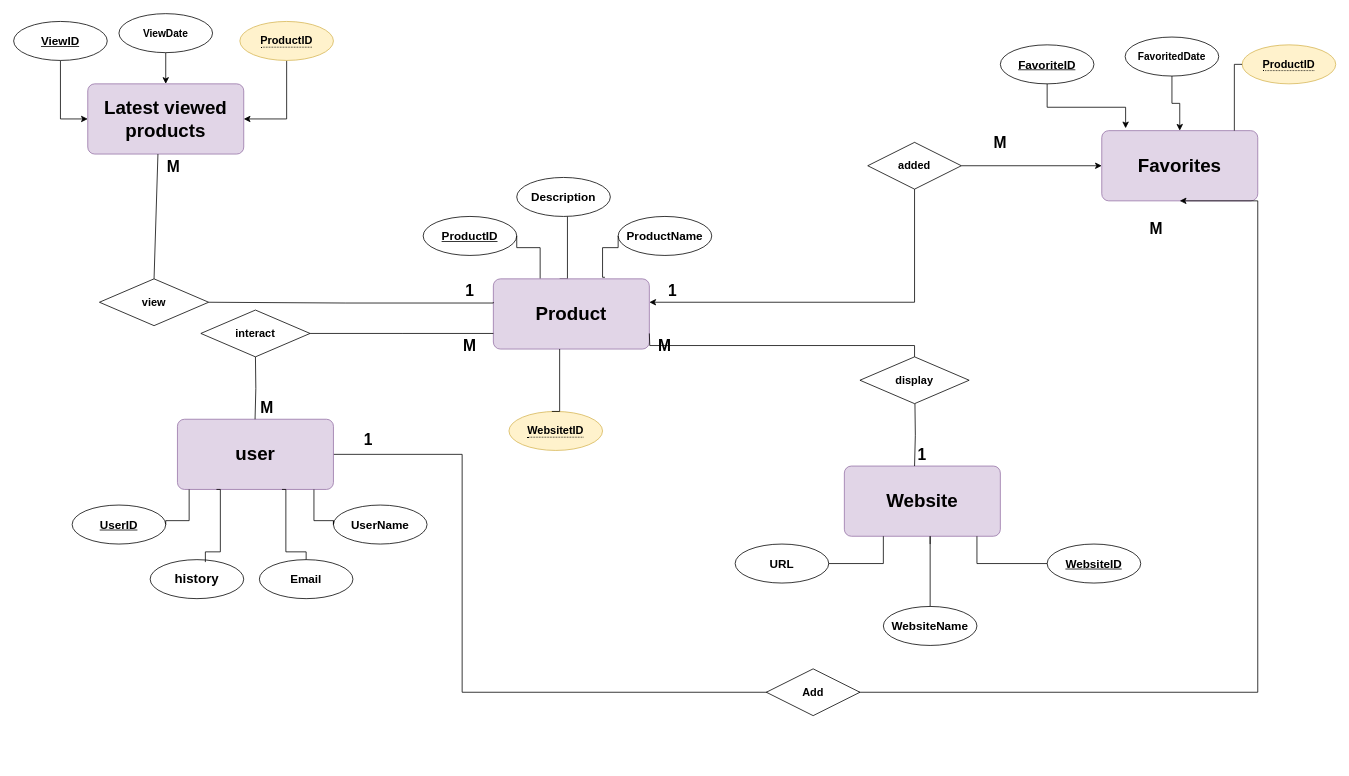
This is ERD.drawio from amrawni33/grad-UML, a draw.io file, before an edit. Source tidied: cells renumbered, new cells numbered last; positions are measured from the earlier drawing's top-left corner, leaving out a move shared by most shapes. Both pictures are drawn from the tidied source at 78%, with x=0, y=0 at pixel (13, 13).
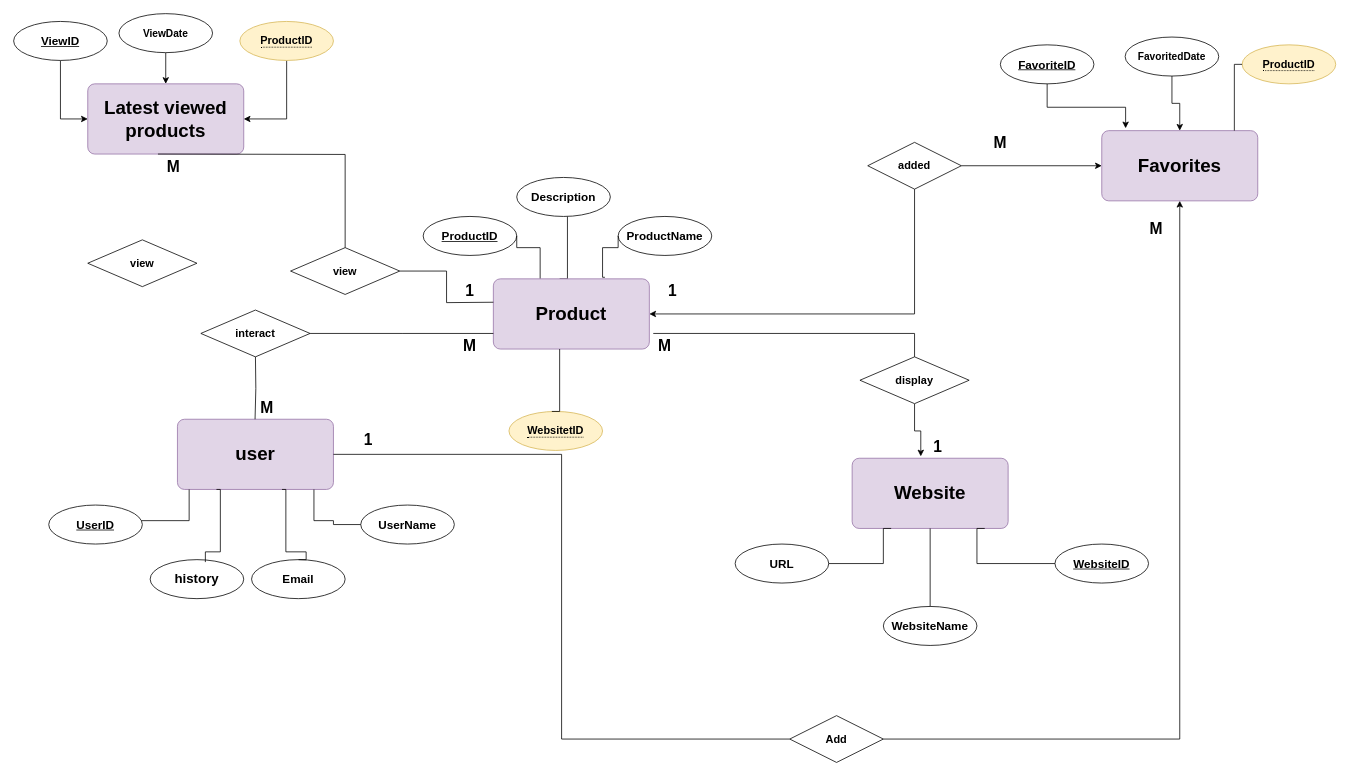
The same diagram, later.

The change refers to these unchanged cells:
```xml
<mxCell id="8" value="&lt;h1&gt;Product&lt;/h1&gt;" style="rounded=1;arcSize=10;whiteSpace=wrap;html=1;align=center;fillColor=#e1d5e7;strokeColor=#9673a6;" parent="1" vertex="1">
  <mxGeometry x="615" y="340" width="200" height="90" as="geometry" />
</mxCell>
<mxCell id="11" value="&lt;b&gt;&lt;font style=&quot;font-size: 14px;&quot;&gt;added&lt;/font&gt;&lt;/b&gt;" style="shape=rhombus;perimeter=rhombusPerimeter;whiteSpace=wrap;html=1;align=center;" parent="1" vertex="1">
  <mxGeometry x="1095" y="165" width="120" height="60" as="geometry" />
</mxCell>
<mxCell id="13" value="&lt;h1&gt;Favorites&lt;/h1&gt;" style="rounded=1;arcSize=10;whiteSpace=wrap;html=1;align=center;fillColor=#e1d5e7;strokeColor=#9673a6;fontStyle=1;" parent="1" vertex="1">
  <mxGeometry x="1395" y="150" width="200" height="90" as="geometry" />
</mxCell>
<mxCell id="15" value="&lt;h1&gt;user&lt;/h1&gt;" style="rounded=1;arcSize=10;whiteSpace=wrap;html=1;align=center;fillColor=#e1d5e7;strokeColor=#9673a6;" parent="1" vertex="1">
  <mxGeometry x="210" y="520" width="200" height="90" as="geometry" />
</mxCell>
<mxCell id="31" value="&lt;b&gt;&lt;font style=&quot;font-size: 14px;&quot;&gt;display&lt;/font&gt;&lt;/b&gt;" style="shape=rhombus;perimeter=rhombusPerimeter;whiteSpace=wrap;html=1;align=center;" parent="1" vertex="1">
  <mxGeometry x="1085" y="440" width="140" height="60" as="geometry" />
</mxCell>
<mxCell id="38" value="&lt;span style=&quot;font-size: 20px;&quot;&gt;&lt;b&gt;1&lt;/b&gt;&lt;/span&gt;" style="text;html=1;strokeColor=none;fillColor=none;align=center;verticalAlign=middle;whiteSpace=wrap;rounded=0;" parent="1" vertex="1">
  <mxGeometry x="815" y="340" width="60" height="30" as="geometry" />
</mxCell>
<mxCell id="45" value="&lt;font style=&quot;font-size: 15px;&quot;&gt;&lt;b&gt;WebsiteName&lt;/b&gt;&lt;/font&gt;" style="ellipse;whiteSpace=wrap;html=1;align=center;" parent="1" vertex="1">
  <mxGeometry x="1115" y="760" width="120" height="50" as="geometry" />
</mxCell>
<mxCell id="52" value="&lt;span style=&quot;font-size: 20px;&quot;&gt;&lt;b&gt;M&lt;/b&gt;&lt;/span&gt;" style="text;html=1;strokeColor=none;fillColor=none;align=center;verticalAlign=middle;whiteSpace=wrap;rounded=0;" parent="1" vertex="1">
  <mxGeometry x="805" y="410" width="60" height="30" as="geometry" />
</mxCell>
```

Diff of the diagram source:
```diff
@@
-    <mxCell id="9" style="edgeStyle=orthogonalEdgeStyle;rounded=0;jettySize=auto;html=1;entryX=0;entryY=1;entryDx=0;entryDy=0;exitX=0.5;exitY=0;exitDx=0;exitDy=0;" parent="1" edge="1" source="11" target="38">
-      <mxGeometry relative="1" as="geometry">
-        <Array as="points">
-          <mxPoint x="1155" y="370" />
-        </Array>
-      </mxGeometry>
-    </mxCell>
@@
-    <mxCell id="14" style="edgeStyle=orthogonalEdgeStyle;rounded=0;jettySize=auto;html=1;exitX=1;exitY=0.5;exitDx=0;exitDy=0;entryX=0.5;entryY=1;entryDx=0;entryDy=0;" parent="1" edge="1" source="15" target="13">
-      <mxGeometry relative="1" as="geometry">
-        <Array as="points">
-          <mxPoint x="575" y="565" />
-          <mxPoint x="575" y="870" />
-          <mxPoint x="1595" y="870" />
-        </Array>
-      </mxGeometry>
-    </mxCell>
@@
     <mxCell id="16" value="&lt;font style=&quot;font-size: 15px;&quot;&gt;&lt;b&gt;&lt;u&gt;UserID&lt;/u&gt;&lt;/b&gt;&lt;/font&gt;" style="ellipse;whiteSpace=wrap;html=1;align=center;" parent="1" vertex="1">
-      <mxGeometry x="75" y="630" width="120" height="50" as="geometry" />
+      <mxGeometry x="45" y="630" width="120" height="50" as="geometry" />
     </mxCell>
@@
     <mxCell id="18" value="&lt;font size=&quot;1&quot; style=&quot;&quot;&gt;&lt;b style=&quot;font-size: 15px;&quot;&gt;Email&lt;/b&gt;&lt;/font&gt;" style="ellipse;whiteSpace=wrap;html=1;align=center;" parent="1" vertex="1">
-      <mxGeometry x="315" y="700" width="120" height="50" as="geometry" />
+      <mxGeometry x="305" y="700" width="120" height="50" as="geometry" />
     </mxCell>
     <mxCell id="19" value="&lt;font style=&quot;font-size: 15px;&quot;&gt;&lt;b&gt;UserName&lt;/b&gt;&lt;/font&gt;" style="ellipse;whiteSpace=wrap;html=1;align=center;" parent="1" vertex="1">
-      <mxGeometry x="410" y="630" width="120" height="50" as="geometry" />
+      <mxGeometry x="445" y="630" width="120" height="50" as="geometry" />
     </mxCell>
-    <mxCell id="20" style="endArrow=none;html=1;rounded=0;edgeStyle=orthogonalEdgeStyle;exitX=0.5;exitY=1;exitDx=0;exitDy=0;entryX=1;entryY=0.5;entryDx=0;entryDy=0;" parent="1" edge="1">
+    <mxCell id="20" style="endArrow=none;html=1;rounded=0;edgeStyle=orthogonalEdgeStyle;exitX=0.5;exitY=1;exitDx=0;exitDy=0;" parent="1" edge="1" target="16">
       <mxGeometry relative="1" as="geometry">
         <mxPoint x="225" y="610" as="sourcePoint" />
-        <mxPoint x="195" y="655" as="targetPoint" />
         <Array as="points">
           <mxPoint x="225" y="650" />
-          <mxPoint x="195" y="650" />
         </Array>
       </mxGeometry>
     </mxCell>
-    <mxCell id="21" style="endArrow=none;html=1;rounded=0;edgeStyle=orthogonalEdgeStyle;exitX=0.5;exitY=1;exitDx=0;exitDy=0;" parent="1" edge="1">
+    <mxCell id="21" style="endArrow=none;html=1;rounded=0;edgeStyle=orthogonalEdgeStyle;exitX=0.5;exitY=1;exitDx=0;exitDy=0;entryX=0;entryY=0.5;entryDx=0;entryDy=0;" parent="1" edge="1" target="19">
       <mxGeometry relative="1" as="geometry">
         <mxPoint x="385" y="610" as="sourcePoint" />
-        <mxPoint x="410" y="650" as="targetPoint" />
         <Array as="points">
           <mxPoint x="385" y="650" />
           <mxPoint x="410" y="650" />
-          <mxPoint x="410" y="655" />
         </Array>
       </mxGeometry>
     </mxCell>
@@
     <mxCell id="27" value="&lt;b&gt;&lt;font style=&quot;font-size: 14px;&quot;&gt;view&lt;/font&gt;&lt;/b&gt;" style="shape=rhombus;perimeter=rhombusPerimeter;whiteSpace=wrap;html=1;align=center;" parent="1" vertex="1">
-      <mxGeometry x="110" y="340" width="140" height="60" as="geometry" />
+      <mxGeometry x="355" y="300" width="140" height="60" as="geometry" />
     </mxCell>
-    <mxCell id="28" style="endArrow=none;html=1;rounded=0;edgeStyle=orthogonalEdgeStyle;exitX=0;exitY=0.778;exitDx=0;exitDy=0;exitPerimeter=0;entryX=1;entryY=0.5;entryDx=0;entryDy=0;" parent="1" edge="1" target="27">
+    <mxCell id="28" style="endArrow=none;html=1;rounded=0;exitX=0;exitY=0.778;exitDx=0;exitDy=0;exitPerimeter=0;entryX=1;entryY=0.5;entryDx=0;entryDy=0;edgeStyle=orthogonalEdgeStyle;" parent="1" edge="1" target="27">
       <mxGeometry relative="1" as="geometry">
         <mxPoint x="615" y="370" as="sourcePoint" />
-        <Array as="points">
-          <mxPoint x="425" y="371" />
-          <mxPoint x="255" y="371" />
-        </Array>
       </mxGeometry>
     </mxCell>
-    <mxCell id="29" style="endArrow=none;html=1;rounded=0;entryX=0.5;entryY=0;entryDx=0;entryDy=0;" parent="1" edge="1" target="27">
+    <mxCell id="29" style="endArrow=none;html=1;rounded=0;entryX=0.5;entryY=0;entryDx=0;entryDy=0;edgeStyle=orthogonalEdgeStyle;" parent="1" edge="1" target="27">
       <mxGeometry relative="1" as="geometry">
         <mxPoint x="185" y="180" as="sourcePoint" />
       </mxGeometry>
     </mxCell>
     <mxCell id="30" value="&lt;h1&gt;Website&lt;/h1&gt;" style="rounded=1;arcSize=10;whiteSpace=wrap;html=1;align=center;fillColor=#e1d5e7;strokeColor=#9673a6;" parent="1" vertex="1">
-      <mxGeometry x="1065" y="580" width="200" height="90" as="geometry" />
+      <mxGeometry x="1075" y="570" width="200" height="90" as="geometry" />
     </mxCell>
+    <mxCell id="65" style="edgeStyle=orthogonalEdgeStyle;rounded=0;jettySize=auto;html=1;entryX=0.44;entryY=-0.027;entryDx=0;entryDy=0;entryPerimeter=0;" parent="1" edge="1" source="31" target="30">
+      <mxGeometry relative="1" as="geometry" />
+    </mxCell>
@@
-    <mxCell id="32" style="endArrow=none;html=1;rounded=0;edgeStyle=orthogonalEdgeStyle;exitX=0.5;exitY=0;exitDx=0;exitDy=0;" parent="1" edge="1" source="31">
+    <mxCell id="32" style="endArrow=none;html=1;rounded=0;edgeStyle=orthogonalEdgeStyle;exitX=0.5;exitY=0;exitDx=0;exitDy=0;entryX=0.25;entryY=0;entryDx=0;entryDy=0;" parent="1" edge="1" source="31" target="52">
       <mxGeometry relative="1" as="geometry">
-        <mxPoint x="815" y="410" as="targetPoint" />
+        <Array as="points">
+          <mxPoint x="1155" y="410" />
+        </Array>
       </mxGeometry>
     </mxCell>
-    <mxCell id="33" style="endArrow=none;html=1;rounded=0;edgeStyle=orthogonalEdgeStyle;entryX=0.5;entryY=0;entryDx=0;entryDy=0;" parent="1" edge="1">
-      <mxGeometry relative="1" as="geometry">
-        <mxPoint x="1155.5" y="500" as="sourcePoint" />
-        <mxPoint x="1155" y="580" as="targetPoint" />
-      </mxGeometry>
-    </mxCell>
@@
-    <mxCell id="47" style="endArrow=none;html=1;rounded=0;edgeStyle=orthogonalEdgeStyle;" parent="1" edge="1">
-      <mxGeometry relative="1" as="geometry">
-        <mxPoint x="1175" y="760" as="sourcePoint" />
-        <mxPoint x="1175" y="680" as="targetPoint" />
-        <Array as="points">
-          <mxPoint x="1175" y="670" />
-          <mxPoint x="1175" y="670" />
-        </Array>
-      </mxGeometry>
+    <mxCell id="47" style="endArrow=none;html=1;rounded=0;edgeStyle=orthogonalEdgeStyle;entryX=0.5;entryY=1;entryDx=0;entryDy=0;" parent="1" edge="1" source="45" target="30">
+      <mxGeometry relative="1" as="geometry" />
     </mxCell>
-    <mxCell id="48" style="endArrow=none;html=1;rounded=0;edgeStyle=orthogonalEdgeStyle;exitX=0;exitY=0.5;exitDx=0;exitDy=0;entryX=0.85;entryY=1;entryDx=0;entryDy=0;entryPerimeter=0;" parent="1" edge="1" target="30">
+    <mxCell id="48" style="endArrow=none;html=1;rounded=0;edgeStyle=orthogonalEdgeStyle;entryX=0.85;entryY=1;entryDx=0;entryDy=0;entryPerimeter=0;" parent="1" edge="1" source="50" target="30">
       <mxGeometry relative="1" as="geometry">
-        <mxPoint x="1335" y="705" as="sourcePoint" />
         <Array as="points">
           <mxPoint x="1235" y="705" />
+          <mxPoint x="1235" y="660" />
         </Array>
       </mxGeometry>
     </mxCell>
@@
     <mxCell id="50" value="&lt;font style=&quot;font-size: 15px;&quot;&gt;&lt;u&gt;&lt;b&gt;WebsiteID&lt;/b&gt;&lt;/u&gt;&lt;/font&gt;" style="ellipse;whiteSpace=wrap;html=1;align=center;" parent="1" vertex="1">
-      <mxGeometry x="1325" y="680" width="120" height="50" as="geometry" />
+      <mxGeometry x="1335" y="680" width="120" height="50" as="geometry" />
     </mxCell>
     <mxCell id="51" value="&lt;span style=&quot;font-size: 20px;&quot;&gt;&lt;b&gt;1&lt;/b&gt;&lt;/span&gt;" style="text;html=1;strokeColor=none;fillColor=none;align=center;verticalAlign=middle;whiteSpace=wrap;rounded=0;" parent="1" vertex="1">
-      <mxGeometry x="1135" y="550" width="60" height="30" as="geometry" />
+      <mxGeometry x="1155" y="540" width="60" height="30" as="geometry" />
     </mxCell>
@@
     <mxCell id="64" value="&lt;b&gt;&lt;font style=&quot;font-size: 14px;&quot;&gt;Add&lt;/font&gt;&lt;/b&gt;" style="shape=rhombus;perimeter=rhombusPerimeter;whiteSpace=wrap;html=1;align=center;" parent="1" vertex="1">
-      <mxGeometry x="965" y="840" width="120" height="60" as="geometry" />
+      <mxGeometry x="995" y="900" width="120" height="60" as="geometry" />
     </mxCell>
+    <mxCell id="66" style="endArrow=classic;html=1;rounded=0;entryX=1;entryY=0.5;entryDx=0;entryDy=0;exitX=0.5;exitY=1;exitDx=0;exitDy=0;edgeStyle=orthogonalEdgeStyle;" parent="1" edge="1" source="11" target="8">
+      <mxGeometry relative="1" as="geometry" />
+    </mxCell>
+    <mxCell id="67" style="endArrow=classic;html=1;rounded=0;exitX=1;exitY=0.5;exitDx=0;exitDy=0;edgeStyle=orthogonalEdgeStyle;" parent="1" edge="1" source="64" target="13">
+      <mxGeometry relative="1" as="geometry" />
+    </mxCell>
+    <mxCell id="68" style="endArrow=none;html=1;rounded=0;edgeStyle=orthogonalEdgeStyle;exitX=1;exitY=0.5;exitDx=0;exitDy=0;entryX=0;entryY=0.5;entryDx=0;entryDy=0;" parent="1" edge="1" source="15" target="64">
+      <mxGeometry relative="1" as="geometry" />
+    </mxCell>
+    <mxCell id="69" value="&lt;b&gt;&lt;font style=&quot;font-size: 14px;&quot;&gt;view&lt;/font&gt;&lt;/b&gt;" style="shape=rhombus;perimeter=rhombusPerimeter;whiteSpace=wrap;html=1;align=center;" parent="1" vertex="1">
+      <mxGeometry x="95" y="290" width="140" height="60" as="geometry" />
+    </mxCell>
```
